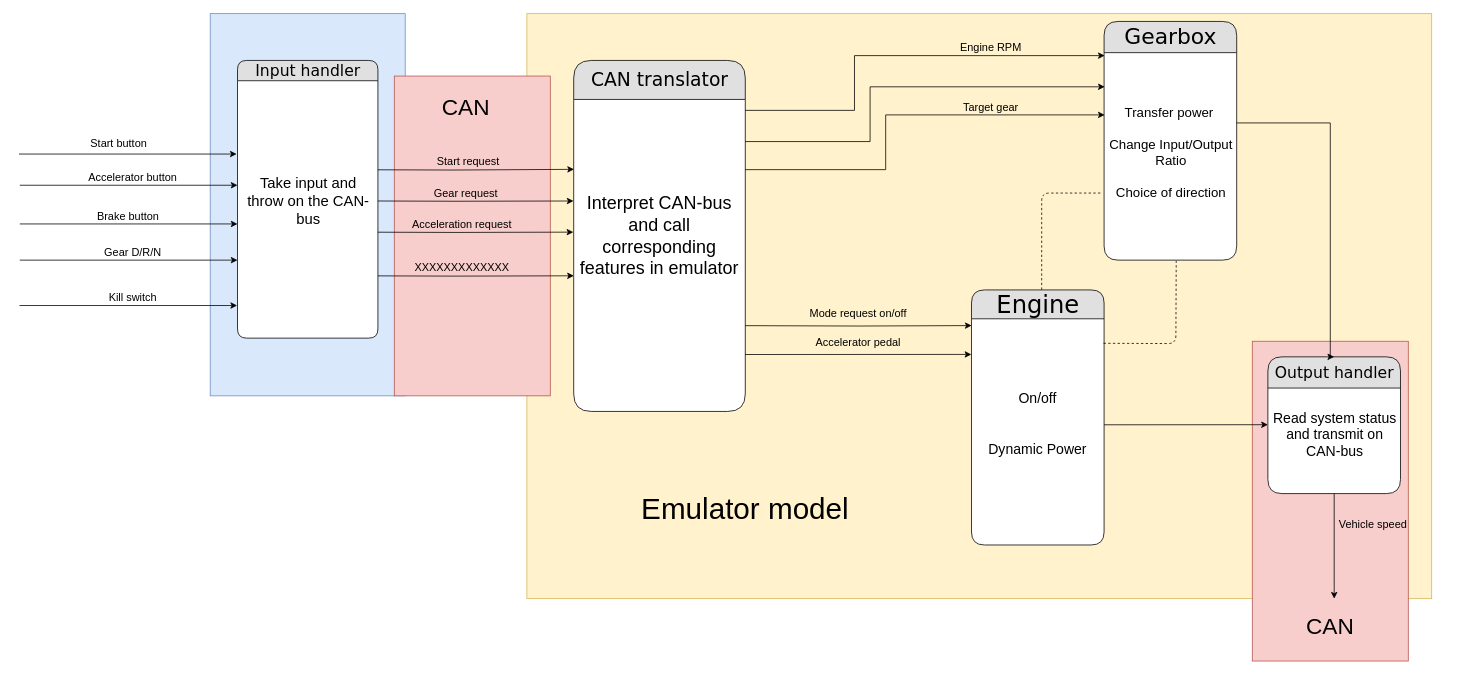
This is Sim_model.drawio from pepema/EGsim, a draw.io file, before an edit. Source tidied: cells renumbered, new cells numbered last; positions are measured from the earlier drawing's top-left corner, leaving out a move shared by most shapes. Both pictures are drawn from the tidied source at 78%, with x=0, y=0 at pixel (19, 13).
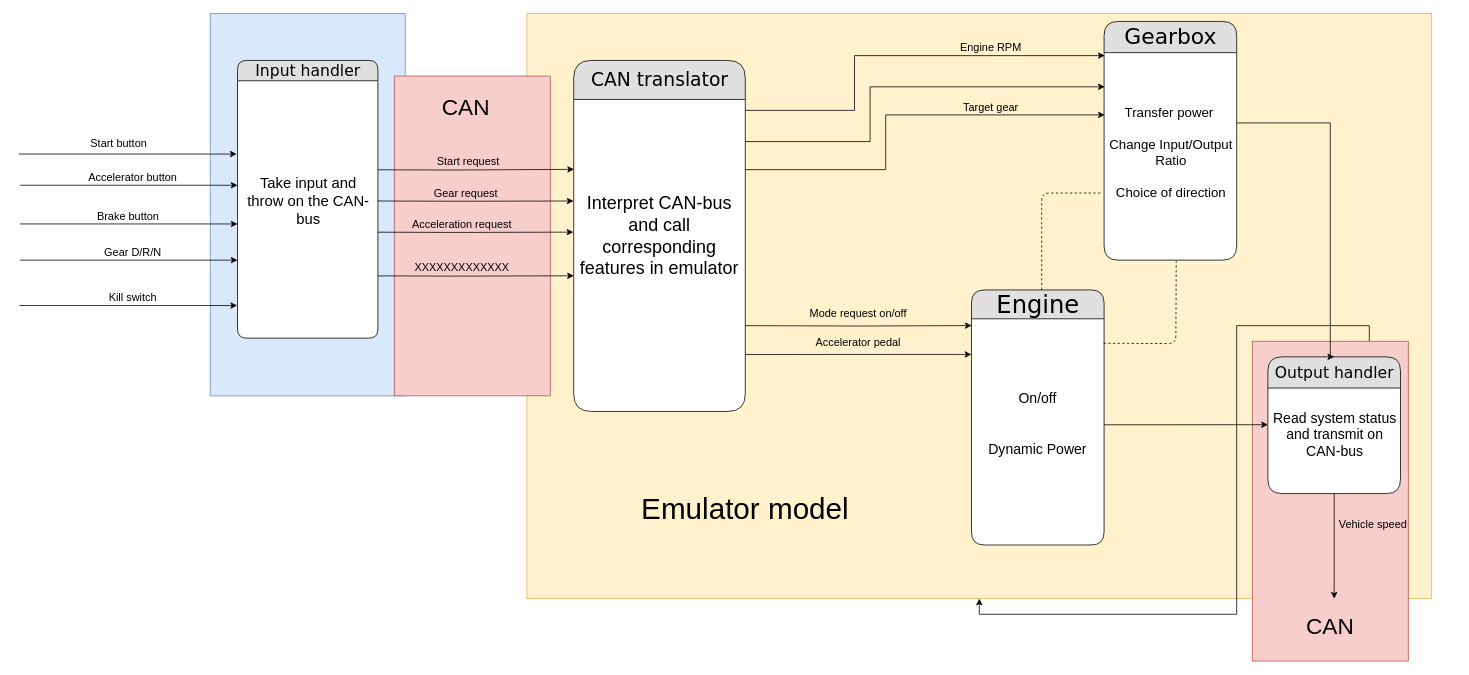
Above is the later version.

The change refers to these unchanged cells:
```xml
<mxCell id="2" style="whiteSpace=wrap;html=1;fillColor=#fff2cc;strokeColor=#d6b656;" parent="1" vertex="1">
  <mxGeometry x="651" width="1160" height="750" as="geometry" />
</mxCell>
<mxCell id="3" style="rounded=0;whiteSpace=wrap;html=1;fillColor=#f8cecc;strokeColor=#b85450;" parent="1" vertex="1">
  <mxGeometry x="1581" y="420" width="200" height="410" as="geometry" />
</mxCell>
```

What changed in the source:
```diff
@@
+    <mxCell id="53" style="edgeStyle=orthogonalEdgeStyle;rounded=0;jettySize=auto;html=1;exitX=0.75;exitY=0;exitDx=0;exitDy=0;" parent="1" edge="1" source="3" target="2">
+      <mxGeometry relative="1" as="geometry" />
+    </mxCell>
```
